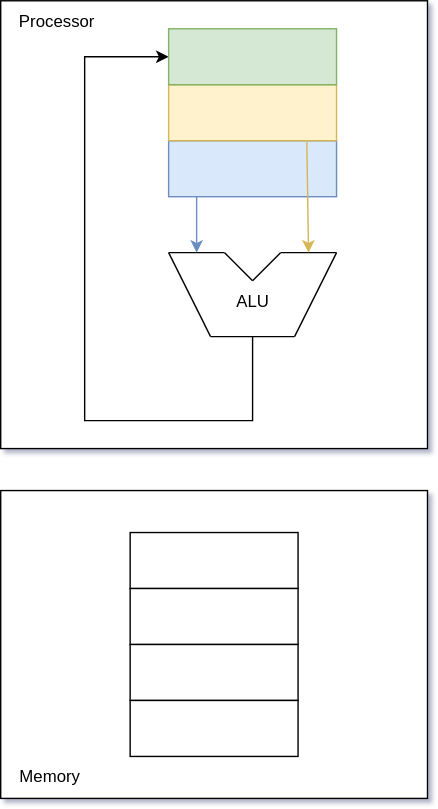
Earlier version of the draw.io export static/images/arch/reg-reg_arch.svg (Incapamentum/incapamentum.github.io). Source tidied: cells renumbered, new cells last; positions are measured from the earlier drawing's top-left corner, leaving out a move shared by most shapes. Source of this version:
```xml
<mxGraphModel>
  <root>
    <mxCell id="0" />
    <mxCell id="1" parent="0" />
    <mxCell id="2" style="rounded=0;whiteSpace=wrap;html=1;" parent="1" vertex="1">
      <mxGeometry y="350" width="305" height="220" as="geometry" />
    </mxCell>
    <mxCell id="3" style="rounded=0;whiteSpace=wrap;html=1;" parent="1" vertex="1">
      <mxGeometry width="305" height="320" as="geometry" />
    </mxCell>
    <mxCell id="4" style="rounded=0;whiteSpace=wrap;html=1;fillColor=#dae8fc;strokeColor=#6c8ebf;" parent="1" vertex="1">
      <mxGeometry x="120" y="100" width="120" height="40" as="geometry" />
    </mxCell>
    <mxCell id="5" style="endArrow=none;html=1;rounded=0;" parent="1" edge="1">
      <mxGeometry relative="1" as="geometry">
        <mxPoint x="120" y="180" as="sourcePoint" />
        <mxPoint x="160" y="180" as="targetPoint" />
      </mxGeometry>
    </mxCell>
    <mxCell id="6" style="endArrow=none;html=1;rounded=0;" parent="1" edge="1">
      <mxGeometry relative="1" as="geometry">
        <mxPoint x="240" y="180" as="sourcePoint" />
        <mxPoint x="200" y="180" as="targetPoint" />
      </mxGeometry>
    </mxCell>
    <mxCell id="7" style="endArrow=none;html=1;rounded=0;" parent="1" edge="1">
      <mxGeometry relative="1" as="geometry">
        <mxPoint x="150" y="240" as="sourcePoint" />
        <mxPoint x="210" y="240" as="targetPoint" />
      </mxGeometry>
    </mxCell>
    <mxCell id="8" style="endArrow=none;html=1;rounded=0;" parent="1" edge="1">
      <mxGeometry relative="1" as="geometry">
        <mxPoint x="210" y="240" as="sourcePoint" />
        <mxPoint x="240" y="180" as="targetPoint" />
      </mxGeometry>
    </mxCell>
    <mxCell id="9" style="endArrow=none;html=1;rounded=0;" parent="1" edge="1">
      <mxGeometry relative="1" as="geometry">
        <mxPoint x="150" y="240" as="sourcePoint" />
        <mxPoint x="120" y="180" as="targetPoint" />
      </mxGeometry>
    </mxCell>
    <mxCell id="10" style="endArrow=none;html=1;rounded=0;" parent="1" edge="1">
      <mxGeometry relative="1" as="geometry">
        <mxPoint x="160" y="180" as="sourcePoint" />
        <mxPoint x="180" y="200" as="targetPoint" />
      </mxGeometry>
    </mxCell>
    <mxCell id="11" style="endArrow=none;html=1;rounded=0;" parent="1" edge="1">
      <mxGeometry relative="1" as="geometry">
        <mxPoint x="180" y="200" as="sourcePoint" />
        <mxPoint x="200" y="180" as="targetPoint" />
      </mxGeometry>
    </mxCell>
    <mxCell id="12" style="endArrow=classic;html=1;rounded=0;" parent="1" edge="1" target="22">
      <mxGeometry relative="1" as="geometry">
        <mxPoint x="180" y="240" as="sourcePoint" />
        <Array as="points">
          <mxPoint x="180" y="300" />
          <mxPoint x="60" y="300" />
          <mxPoint x="60" y="40" />
        </Array>
      </mxGeometry>
    </mxCell>
    <mxCell id="13" value="ALU" style="text;html=1;align=center;verticalAlign=middle;strokeColor=none;fillColor=none;" parent="1" vertex="1">
      <mxGeometry x="155" y="200" width="50" height="30" as="geometry" />
    </mxCell>
    <mxCell id="14" style="endArrow=classic;html=1;rounded=0;exitX=0.833;exitY=1;exitDx=0;exitDy=0;exitPerimeter=0;fillColor=#dae8fc;strokeColor=#6c8ebf;" parent="1" edge="1">
      <mxGeometry relative="1" as="geometry">
        <mxPoint x="140" y="140" as="sourcePoint" />
        <mxPoint x="140" y="180" as="targetPoint" />
      </mxGeometry>
    </mxCell>
    <mxCell id="15" style="rounded=0;whiteSpace=wrap;html=1;" parent="1" vertex="1">
      <mxGeometry x="92.5" y="380" width="120" height="40" as="geometry" />
    </mxCell>
    <mxCell id="16" style="rounded=0;whiteSpace=wrap;html=1;" parent="1" vertex="1">
      <mxGeometry x="92.5" y="420" width="120" height="40" as="geometry" />
    </mxCell>
    <mxCell id="17" style="rounded=0;whiteSpace=wrap;html=1;" parent="1" vertex="1">
      <mxGeometry x="92.5" y="460" width="120" height="40" as="geometry" />
    </mxCell>
    <mxCell id="18" style="rounded=0;whiteSpace=wrap;html=1;" parent="1" vertex="1">
      <mxGeometry x="92.5" y="500" width="120" height="40" as="geometry" />
    </mxCell>
    <mxCell id="19" value="Processor" style="text;html=1;align=center;verticalAlign=middle;strokeColor=none;fillColor=none;" parent="1" vertex="1">
      <mxGeometry width="80" height="30" as="geometry" />
    </mxCell>
    <mxCell id="20" value="Memory" style="text;html=1;align=center;verticalAlign=middle;strokeColor=none;fillColor=none;" parent="1" vertex="1">
      <mxGeometry y="540" width="70" height="30" as="geometry" />
    </mxCell>
    <mxCell id="21" style="rounded=0;whiteSpace=wrap;html=1;fillColor=#fff2cc;strokeColor=#d6b656;" parent="1" vertex="1">
      <mxGeometry x="120" y="60" width="120" height="40" as="geometry" />
    </mxCell>
    <mxCell id="22" style="rounded=0;whiteSpace=wrap;html=1;fillColor=#d5e8d4;strokeColor=#82b366;" parent="1" vertex="1">
      <mxGeometry x="120" y="20" width="120" height="40" as="geometry" />
    </mxCell>
    <mxCell id="23" style="endArrow=classic;html=1;rounded=0;exitX=0.823;exitY=1.027;exitDx=0;exitDy=0;exitPerimeter=0;fillColor=#fff2cc;strokeColor=#d6b656;" parent="1" edge="1" source="21">
      <mxGeometry relative="1" as="geometry">
        <mxPoint x="220" y="180" as="targetPoint" />
      </mxGeometry>
    </mxCell>
  </root>
</mxGraphModel>
```
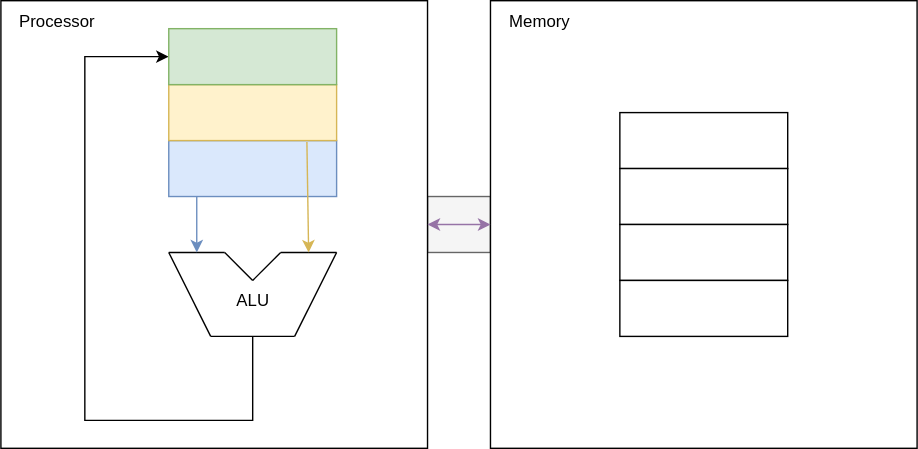
Above is the later version.

Diff of the diagram source:
```diff
@@ -2,8 +2,11 @@
   <root>
     <mxCell id="0" />
     <mxCell id="1" parent="0" />
+    <mxCell id="24" style="rounded=0;whiteSpace=wrap;html=1;fillColor=#f5f5f5;fontColor=#333333;strokeColor=#666666;" parent="1" vertex="1">
+      <mxGeometry x="305" y="140" width="45" height="40" as="geometry" />
+    </mxCell>
     <mxCell id="2" style="rounded=0;whiteSpace=wrap;html=1;" parent="1" vertex="1">
-      <mxGeometry y="350" width="305" height="220" as="geometry" />
+      <mxGeometry x="350" width="305" height="320" as="geometry" />
     </mxCell>
     <mxCell id="3" style="rounded=0;whiteSpace=wrap;html=1;" parent="1" vertex="1">
       <mxGeometry width="305" height="320" as="geometry" />
@@ -73,22 +76,22 @@
       </mxGeometry>
     </mxCell>
     <mxCell id="15" style="rounded=0;whiteSpace=wrap;html=1;" parent="1" vertex="1">
-      <mxGeometry x="92.5" y="380" width="120" height="40" as="geometry" />
+      <mxGeometry x="442.5" y="80" width="120" height="40" as="geometry" />
     </mxCell>
     <mxCell id="16" style="rounded=0;whiteSpace=wrap;html=1;" parent="1" vertex="1">
-      <mxGeometry x="92.5" y="420" width="120" height="40" as="geometry" />
+      <mxGeometry x="442.5" y="120" width="120" height="40" as="geometry" />
     </mxCell>
     <mxCell id="17" style="rounded=0;whiteSpace=wrap;html=1;" parent="1" vertex="1">
-      <mxGeometry x="92.5" y="460" width="120" height="40" as="geometry" />
+      <mxGeometry x="442.5" y="160" width="120" height="40" as="geometry" />
     </mxCell>
     <mxCell id="18" style="rounded=0;whiteSpace=wrap;html=1;" parent="1" vertex="1">
-      <mxGeometry x="92.5" y="500" width="120" height="40" as="geometry" />
+      <mxGeometry x="442.5" y="200" width="120" height="40" as="geometry" />
     </mxCell>
     <mxCell id="19" value="Processor" style="text;html=1;align=center;verticalAlign=middle;strokeColor=none;fillColor=none;" parent="1" vertex="1">
       <mxGeometry width="80" height="30" as="geometry" />
     </mxCell>
     <mxCell id="20" value="Memory" style="text;html=1;align=center;verticalAlign=middle;strokeColor=none;fillColor=none;" parent="1" vertex="1">
-      <mxGeometry y="540" width="70" height="30" as="geometry" />
+      <mxGeometry x="350" width="70" height="30" as="geometry" />
     </mxCell>
     <mxCell id="21" style="rounded=0;whiteSpace=wrap;html=1;fillColor=#fff2cc;strokeColor=#d6b656;" parent="1" vertex="1">
       <mxGeometry x="120" y="60" width="120" height="40" as="geometry" />
@@ -101,5 +104,8 @@
         <mxPoint x="220" y="180" as="targetPoint" />
       </mxGeometry>
     </mxCell>
+    <mxCell id="25" style="endArrow=classic;startArrow=classic;html=1;rounded=0;exitX=0;exitY=0.5;exitDx=0;exitDy=0;entryX=1;entryY=0.5;entryDx=0;entryDy=0;fillColor=#e1d5e7;strokeColor=#9673a6;" parent="1" edge="1" source="24" target="24">
+      <mxGeometry relative="1" as="geometry" />
+    </mxCell>
   </root>
 </mxGraphModel>
```
